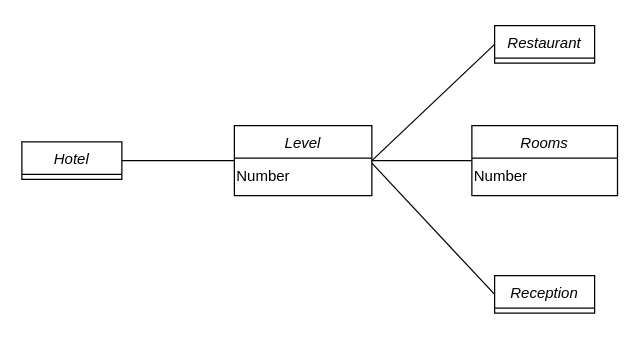
This is MidTermEx1.drawio from lopez-gina/Jenkins1, a draw.io file, before an edit. Source tidied: cells renumbered, new cells numbered last; positions are measured from the earlier drawing's top-left corner, leaving out a move shared by most shapes. Both pictures are drawn from the tidied source at 125%, with x=0, y=0 at pixel (21, 25).
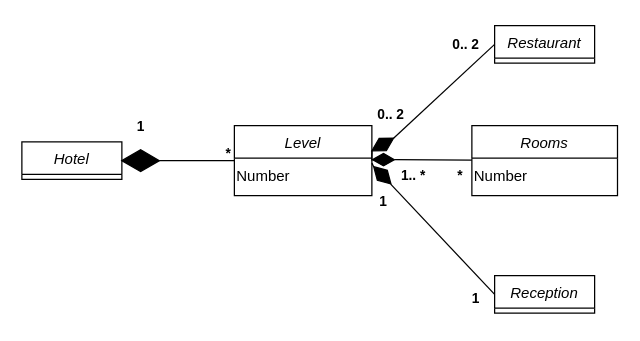
The same diagram, later.

Unchanged cells that the change refers to:
```xml
<mxCell id="2" value="Hotel" style="swimlane;fontStyle=2;align=center;verticalAlign=top;horizontal=1;startSize=26;rounded=0;shadow=0;strokeWidth=1;" parent="1" vertex="1">
  <mxGeometry y="93" width="80" height="30" as="geometry" />
</mxCell>
<mxCell id="3" value="Level" style="swimlane;fontStyle=2;align=center;verticalAlign=top;horizontal=1;startSize=26;rounded=0;shadow=0;strokeWidth=1;" parent="1" vertex="1">
  <mxGeometry x="170" y="80" width="110" height="56" as="geometry" />
</mxCell>
<mxCell id="5" value="Reception" style="swimlane;fontStyle=2;align=center;verticalAlign=top;horizontal=1;startSize=26;rounded=0;shadow=0;strokeWidth=1;" parent="1" vertex="1">
  <mxGeometry x="378.2" y="200" width="80" height="30" as="geometry" />
</mxCell>
<mxCell id="6" value="Rooms" style="swimlane;fontStyle=2;align=center;verticalAlign=top;horizontal=1;startSize=26;rounded=0;shadow=0;strokeWidth=1;" parent="1" vertex="1">
  <mxGeometry x="360" y="80" width="116.5" height="56" as="geometry" />
</mxCell>
<mxCell id="8" value="Restaurant" style="swimlane;fontStyle=2;align=center;verticalAlign=top;horizontal=1;startSize=26;rounded=0;shadow=0;strokeWidth=1;" parent="1" vertex="1">
  <mxGeometry x="378.2" width="80" height="30" as="geometry" />
</mxCell>
```

What changed in the source:
```diff
@@
-    <mxCell id="9" style="endArrow=none;html=1;rounded=0;exitX=1;exitY=0.5;exitDx=0;exitDy=0;" parent="1" edge="1" source="2">
+    <mxCell id="9" style="endArrow=none;html=1;rounded=0;exitX=1;exitY=0.5;exitDx=0;exitDy=0;startArrow=none;" parent="1" edge="1" source="19">
       <mxGeometry relative="1" as="geometry">
         <mxPoint x="170" y="108" as="targetPoint" />
       </mxGeometry>
     </mxCell>
-    <mxCell id="10" style="endArrow=none;html=1;rounded=0;exitX=1;exitY=0.5;exitDx=0;exitDy=0;entryX=0;entryY=0.5;entryDx=0;entryDy=0;" parent="1" edge="1" source="3" target="8">
+    <mxCell id="10" style="endArrow=none;html=1;rounded=0;exitX=1;exitY=0.5;exitDx=0;exitDy=0;entryX=0;entryY=0.5;entryDx=0;entryDy=0;startArrow=none;" parent="1" edge="1" source="17" target="8">
       <mxGeometry relative="1" as="geometry" />
     </mxCell>
-    <mxCell id="11" style="endArrow=none;html=1;rounded=0;exitX=1;exitY=0.5;exitDx=0;exitDy=0;" parent="1" edge="1" source="3" target="6">
+    <mxCell id="11" style="endArrow=none;html=1;rounded=0;exitX=1;exitY=0.5;exitDx=0;exitDy=0;startArrow=none;" parent="1" edge="1" source="15" target="6">
       <mxGeometry relative="1" as="geometry" />
     </mxCell>
-    <mxCell id="12" style="endArrow=none;html=1;rounded=0;entryX=0;entryY=0.5;entryDx=0;entryDy=0;" parent="1" edge="1" target="5">
-      <mxGeometry relative="1" as="geometry">
-        <mxPoint x="280" y="110" as="sourcePoint" />
-      </mxGeometry>
+    <mxCell id="12" style="endArrow=none;html=1;rounded=0;entryX=0;entryY=0.5;entryDx=0;entryDy=0;startArrow=none;" parent="1" edge="1" source="13" target="5">
+      <mxGeometry relative="1" as="geometry" />
     </mxCell>
+    <mxCell id="13" style="html=1;whiteSpace=wrap;shape=isoRectangle;direction=south;rotation=-45;fillColor=#000000;" parent="1" vertex="1">
+      <mxGeometry x="282.6" y="110" width="11.5" height="19.5" as="geometry" />
+    </mxCell>
+    <mxCell id="14" style="endArrow=none;html=1;rounded=0;entryX=0;entryY=0.5;entryDx=0;entryDy=0;" parent="1" edge="1" target="13">
+      <mxGeometry relative="1" as="geometry">
+        <mxPoint x="280" y="110" as="sourcePoint" />
+      </mxGeometry>
+    </mxCell>
+    <mxCell id="15" style="html=1;whiteSpace=wrap;shape=isoRectangle;fillColor=#000000;" parent="1" vertex="1">
+      <mxGeometry x="280.6" y="102" width="17.4" height="10.4" as="geometry" />
+    </mxCell>
+    <mxCell id="16" style="endArrow=none;html=1;rounded=0;exitX=1;exitY=0.5;exitDx=0;exitDy=0;" parent="1" edge="1" source="3" target="15">
+      <mxGeometry relative="1" as="geometry" />
+    </mxCell>
+    <mxCell id="17" style="html=1;whiteSpace=wrap;shape=isoRectangle;rotation=-30;fillColor=#000000;" parent="1" vertex="1">
+      <mxGeometry x="278.7" y="89.1" width="20" height="12" as="geometry" />
+    </mxCell>
+    <mxCell id="18" style="endArrow=none;html=1;rounded=0;exitX=1;exitY=0.5;exitDx=0;exitDy=0;entryX=0;entryY=0.5;entryDx=0;entryDy=0;" parent="1" edge="1" source="3" target="17">
+      <mxGeometry relative="1" as="geometry" />
+    </mxCell>
+    <mxCell id="19" style="html=1;whiteSpace=wrap;shape=isoRectangle;fillColor=#000000;" parent="1" vertex="1">
+      <mxGeometry x="80" y="99" width="30" height="18" as="geometry" />
+    </mxCell>
+    <mxCell id="20" style="endArrow=none;html=1;rounded=0;exitX=1;exitY=0.5;exitDx=0;exitDy=0;" parent="1" edge="1" source="2" target="19">
+      <mxGeometry relative="1" as="geometry" />
+    </mxCell>
+    <mxCell id="21" value="1" style="text;strokeColor=none;fillColor=none;html=1;fontSize=11;fontStyle=1;verticalAlign=middle;align=center;" parent="1" vertex="1">
+      <mxGeometry x="348.2" y="200" width="30" height="36" as="geometry" />
+    </mxCell>
+    <mxCell id="22" value="1.. *" style="text;strokeColor=none;fillColor=none;html=1;fontSize=11;fontStyle=1;verticalAlign=middle;align=center;" parent="1" vertex="1">
+      <mxGeometry x="298" y="102" width="30" height="36" as="geometry" />
+    </mxCell>
+    <mxCell id="23" value="&amp;nbsp;*" style="text;strokeColor=none;fillColor=none;html=1;fontSize=11;fontStyle=1;verticalAlign=middle;align=center;" parent="1" vertex="1">
+      <mxGeometry x="334" y="102" width="30" height="36" as="geometry" />
+    </mxCell>
+    <mxCell id="24" value="1" style="text;strokeColor=none;fillColor=none;html=1;fontSize=11;fontStyle=1;verticalAlign=middle;align=center;" parent="1" vertex="1">
+      <mxGeometry x="274.3" y="123" width="30" height="36" as="geometry" />
+    </mxCell>
+    <mxCell id="25" value="0.. 2" style="text;strokeColor=none;fillColor=none;html=1;fontSize=11;fontStyle=1;verticalAlign=middle;align=center;" parent="1" vertex="1">
+      <mxGeometry x="280" y="53.1" width="30" height="36" as="geometry" />
+    </mxCell>
+    <mxCell id="26" value="0.. 2" style="text;strokeColor=none;fillColor=none;html=1;fontSize=11;fontStyle=1;verticalAlign=middle;align=center;" parent="1" vertex="1">
+      <mxGeometry x="340" y="-3" width="30" height="36" as="geometry" />
+    </mxCell>
+    <mxCell id="27" value="1" style="text;strokeColor=none;fillColor=none;html=1;fontSize=11;fontStyle=1;verticalAlign=middle;align=center;" parent="1" vertex="1">
+      <mxGeometry x="80" y="63" width="30" height="36" as="geometry" />
+    </mxCell>
+    <mxCell id="28" value="*" style="text;strokeColor=none;fillColor=none;html=1;fontSize=11;fontStyle=1;verticalAlign=middle;align=center;" parent="1" vertex="1">
+      <mxGeometry x="150" y="84" width="30" height="36" as="geometry" />
+    </mxCell>
```
